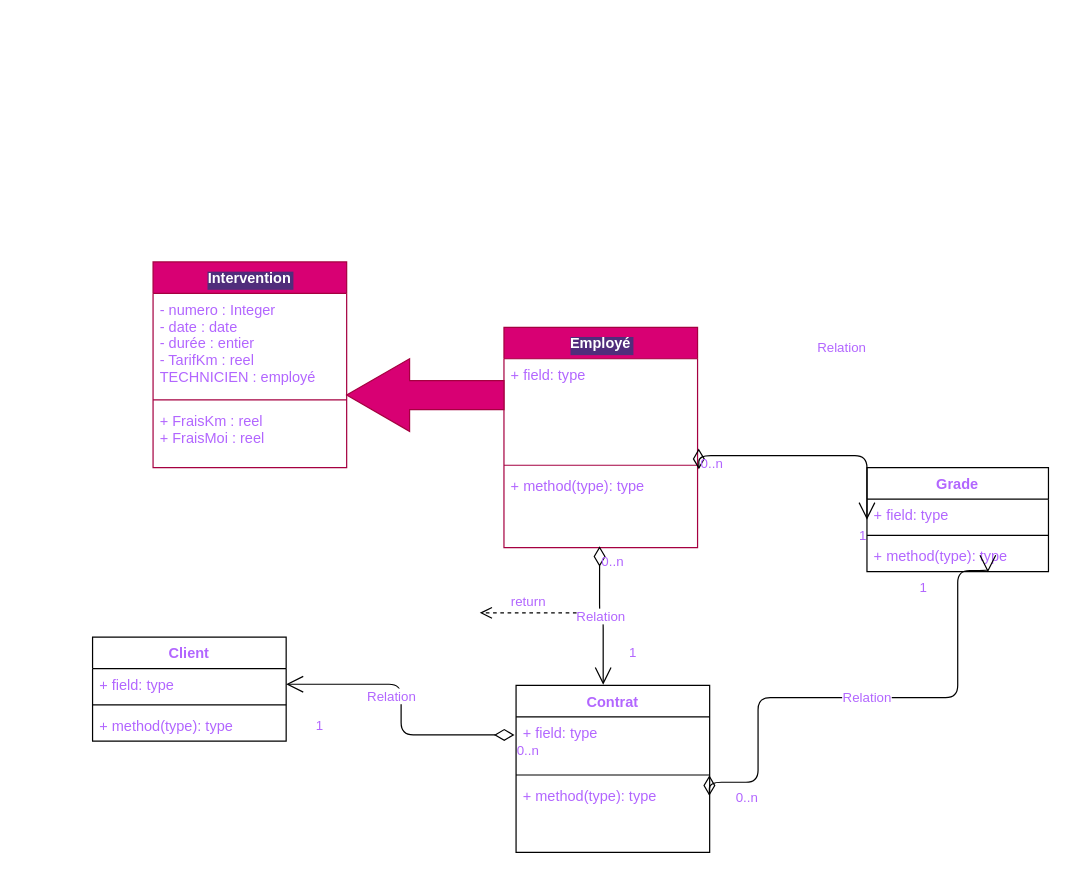
This is Test.dio from idrissou02/PPE3_KalikeCreation, a draw.io file, before an edit. Source tidied: cells renumbered, new cells numbered last; positions are measured from the earlier drawing's top-left corner, leaving out a move shared by most shapes. Both pictures are drawn from the tidied source at 121%, with x=0, y=0 at pixel (92, 261).
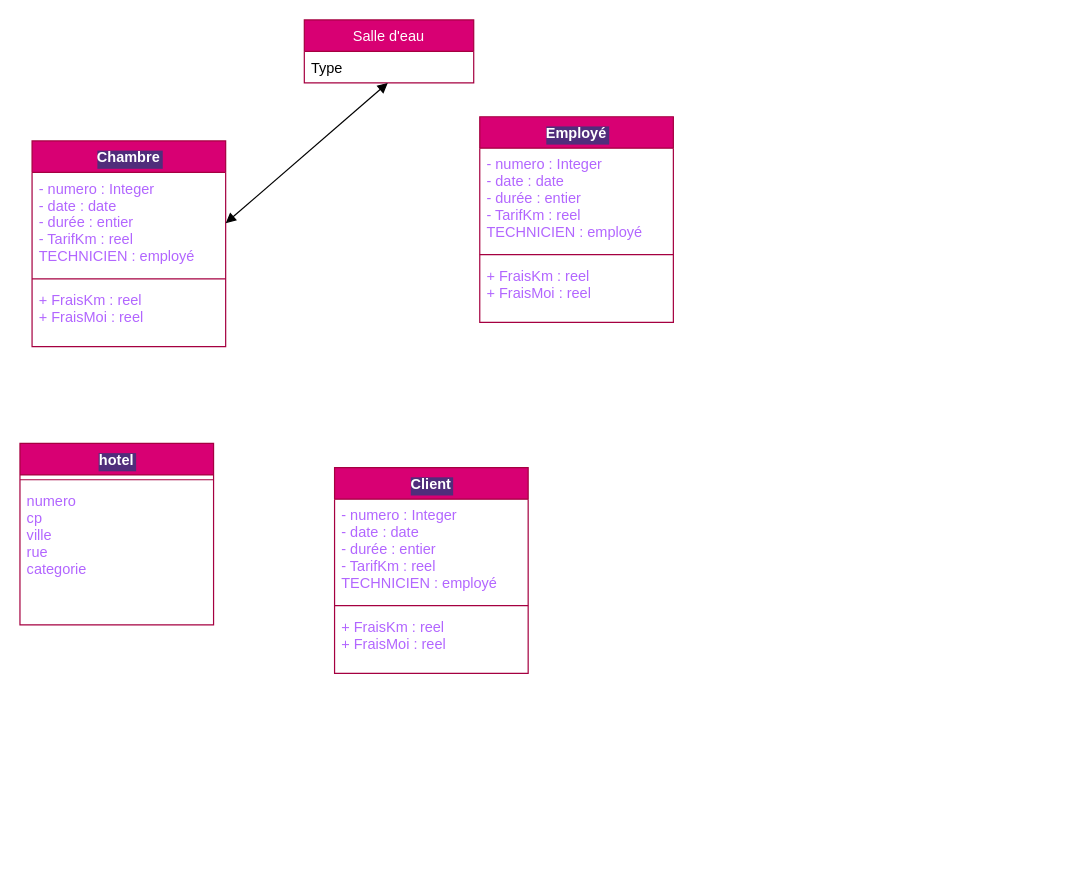
After the change.

Commit message (it also covers changes not shown here):
j'ai modifier un le makefile pour avoir le schema force

The change refers to these unchanged cells:
```xml
<mxCell id="3" value="- numero : Integer&#10;- date : date&#10;- durée : entier&#10;- TarifKm : reel&#10;TECHNICIEN : employé " style="text;align=left;verticalAlign=top;spacingLeft=4;spacingRight=4;overflow=hidden;points=[[0,0.5],[1,0.5]];portConstraint=eastwest;fontStyle=0;fontColor=#B266FF;" parent="2" vertex="1">
  <mxGeometry y="26" width="160" height="84" as="geometry" />
</mxCell>
```

Change to the diagram source:
```diff
@@
-    <mxCell id="2" value="Intervention" style="swimlane;fontStyle=1;align=center;verticalAlign=top;horizontal=1;startSize=26;labelBackgroundColor=#502d7b;fillColor=#d80073;fontColor=#ffffff;strokeColor=#A50040;" parent="1" vertex="1">
-      <mxGeometry x="50" width="160" height="170" as="geometry" />
+    <mxCell id="2" value="Chambre&#10;" style="swimlane;fontStyle=1;align=center;verticalAlign=top;horizontal=1;startSize=26;labelBackgroundColor=#502d7b;fillColor=#d80073;fontColor=#ffffff;strokeColor=#A50040;" parent="1" vertex="1">
+      <mxGeometry x="-50" y="-100" width="160" height="170" as="geometry" />
     </mxCell>
@@
-    <mxCell id="6" value="Employé&#10;" style="swimlane;fontStyle=1;align=center;verticalAlign=top;horizontal=1;startSize=26;labelBackgroundColor=#502d7b;fontColor=#ffffff;fillColor=#d80073;strokeColor=#A50040;" parent="1" vertex="1">
-      <mxGeometry x="340" y="54" width="160" height="182" as="geometry" />
+    <mxCell id="6" value="hotel&#10;" style="swimlane;fontStyle=1;align=center;verticalAlign=top;horizontal=1;startSize=26;labelBackgroundColor=#502d7b;fontColor=#ffffff;fillColor=#d80073;strokeColor=#A50040;" parent="1" vertex="1">
+      <mxGeometry x="-60" y="150" width="160" height="150" as="geometry" />
     </mxCell>
-    <mxCell id="7" value="+ field: type&#10;" style="text;strokeColor=none;fillColor=none;align=left;verticalAlign=top;spacingLeft=4;spacingRight=4;overflow=hidden;points=[[0,0.5],[1,0.5]];portConstraint=eastwest;labelBackgroundColor=none;fontColor=#B266FF;" parent="6" vertex="1">
-      <mxGeometry y="26" width="160" height="84" as="geometry" />
-    </mxCell>
     <mxCell id="8" style="line;strokeWidth=1;fillColor=none;align=left;verticalAlign=middle;spacingTop=-1;spacingLeft=3;spacingRight=3;labelPosition=right;strokeColor=inherit;labelBackgroundColor=#502d7b;fontColor=#B266FF;" parent="6" vertex="1">
-      <mxGeometry y="110" width="160" height="8" as="geometry" />
+      <mxGeometry y="26" width="160" height="8" as="geometry" />
     </mxCell>
-    <mxCell id="9" value="+ method(type): type" style="text;strokeColor=none;fillColor=none;align=left;verticalAlign=top;spacingLeft=4;spacingRight=4;overflow=hidden;points=[[0,0.5],[1,0.5]];portConstraint=eastwest;labelBackgroundColor=none;fontColor=#B266FF;" parent="6" vertex="1">
-      <mxGeometry y="118" width="160" height="64" as="geometry" />
+    <mxCell id="9" value="numero&#10;cp&#10;ville&#10;rue&#10;categorie&#10;" style="text;strokeColor=none;fillColor=none;align=left;verticalAlign=top;spacingLeft=4;spacingRight=4;overflow=hidden;points=[[0,0.5],[1,0.5]];portConstraint=eastwest;labelBackgroundColor=none;fontColor=#B266FF;" parent="6" vertex="1">
+      <mxGeometry y="34" width="160" height="116" as="geometry" />
     </mxCell>
-    <mxCell id="10" style="shape=singleArrow;whiteSpace=wrap;html=1;arrowWidth=0.4;arrowSize=0.4;verticalAlign=top;fillColor=#d80073;strokeColor=#A50040;fontColor=#ffffff;fontStyle=1;startSize=26;labelBackgroundColor=#502d7b;rotation=-180;" parent="1" vertex="1">
-      <mxGeometry x="210" y="80" width="130" height="60" as="geometry" />
-    </mxCell>
+    <mxCell id="36" value="Salle d'eau" style="swimlane;fontStyle=0;horizontal=1;startSize=26;fillColor=#d80073;fontColor=#ffffff;strokeColor=#A50040;" parent="1" vertex="1">
+      <mxGeometry x="175" y="-200" width="140" height="52" as="geometry" />
+    </mxCell>
+    <mxCell id="37" value="Type&#10;" style="text;strokeColor=none;fillColor=none;align=left;verticalAlign=top;spacingLeft=4;spacingRight=4;overflow=hidden;points=[[0,0.5],[1,0.5]];portConstraint=eastwest;" parent="36" vertex="1">
+      <mxGeometry y="26" width="140" height="26" as="geometry" />
+    </mxCell>
+    <mxCell id="38" style="endArrow=block;startArrow=block;endFill=1;startFill=1;html=1;exitX=1;exitY=0.5;exitDx=0;exitDy=0;entryX=0.493;entryY=1;entryDx=0;entryDy=0;entryPerimeter=0;" parent="1" edge="1" source="3" target="37">
+      <mxGeometry relative="1" as="geometry" />
+    </mxCell>
+    <mxCell id="39" value="Employé" style="swimlane;fontStyle=1;align=center;verticalAlign=top;horizontal=1;startSize=26;labelBackgroundColor=#502d7b;fillColor=#d80073;fontColor=#ffffff;strokeColor=#A50040;" parent="1" vertex="1">
+      <mxGeometry x="320" y="-120" width="160" height="170" as="geometry" />
+    </mxCell>
+    <mxCell id="40" value="- numero : Integer&#10;- date : date&#10;- durée : entier&#10;- TarifKm : reel&#10;TECHNICIEN : employé " style="text;align=left;verticalAlign=top;spacingLeft=4;spacingRight=4;overflow=hidden;fontStyle=0;fontColor=#B266FF;" parent="39" vertex="1">
+      <mxGeometry y="26" width="160" height="84" as="geometry" />
+    </mxCell>
+    <mxCell id="41" style="line;strokeWidth=1;fillColor=none;align=left;verticalAlign=middle;spacingTop=-1;spacingLeft=3;spacingRight=3;labelPosition=right;strokeColor=inherit;" parent="39" vertex="1">
+      <mxGeometry y="110" width="160" height="8" as="geometry" />
+    </mxCell>
+    <mxCell id="42" value="+ FraisKm : reel&#10;+ FraisMoi : reel" style="text;strokeColor=none;fillColor=none;align=left;verticalAlign=top;spacingLeft=4;spacingRight=4;overflow=hidden;fontColor=#B266FF;labelBackgroundColor=default;" parent="39" vertex="1">
+      <mxGeometry y="118" width="160" height="52" as="geometry" />
+    </mxCell>
-    <mxCell id="11" value="Client&#10;" style="swimlane;fontStyle=1;align=center;verticalAlign=top;horizontal=1;startSize=26;labelBackgroundColor=none;fontColor=#B266FF;" parent="1" vertex="1">
-      <mxGeometry y="310" width="160" height="86" as="geometry" />
+    <mxCell id="11" value="Client" style="swimlane;fontStyle=1;align=center;verticalAlign=top;horizontal=1;startSize=26;labelBackgroundColor=#502d7b;fillColor=#d80073;fontColor=#ffffff;strokeColor=#A50040;" parent="1" vertex="1">
+      <mxGeometry x="200" y="170" width="160" height="170" as="geometry" />
     </mxCell>
-    <mxCell id="12" value="+ field: type" style="text;strokeColor=none;fillColor=none;align=left;verticalAlign=top;spacingLeft=4;spacingRight=4;overflow=hidden;points=[[0,0.5],[1,0.5]];portConstraint=eastwest;labelBackgroundColor=none;fontColor=#B266FF;" parent="11" vertex="1">
-      <mxGeometry y="26" width="160" height="26" as="geometry" />
-    </mxCell>
-    <mxCell id="13" style="line;strokeWidth=1;fillColor=none;align=left;verticalAlign=middle;spacingTop=-1;spacingLeft=3;spacingRight=3;labelPosition=right;strokeColor=inherit;labelBackgroundColor=none;fontColor=#B266FF;" parent="11" vertex="1">
-      <mxGeometry y="52" width="160" height="8" as="geometry" />
-    </mxCell>
-    <mxCell id="14" value="+ method(type): type" style="text;strokeColor=none;fillColor=none;align=left;verticalAlign=top;spacingLeft=4;spacingRight=4;overflow=hidden;labelBackgroundColor=none;fontColor=#B266FF;" parent="11" vertex="1">
-      <mxGeometry y="60" width="160" height="26" as="geometry" />
-    </mxCell>
-    <mxCell id="15" value="Contrat&#10;" style="swimlane;fontStyle=1;align=center;verticalAlign=top;horizontal=1;startSize=26;labelBackgroundColor=none;fontColor=#B266FF;" parent="1" vertex="1">
-      <mxGeometry x="350" y="350" width="160" height="138" as="geometry" />
-    </mxCell>
-    <mxCell id="16" value="+ field: type" style="text;strokeColor=none;fillColor=none;align=left;verticalAlign=top;spacingLeft=4;spacingRight=4;overflow=hidden;points=[[0,0.5],[1,0.5]];portConstraint=eastwest;labelBackgroundColor=none;fontColor=#B266FF;" parent="15" vertex="1">
-      <mxGeometry y="26" width="160" height="44" as="geometry" />
-    </mxCell>
-    <mxCell id="17" style="line;strokeWidth=1;fillColor=none;align=left;verticalAlign=middle;spacingTop=-1;spacingLeft=3;spacingRight=3;labelPosition=right;strokeColor=inherit;labelBackgroundColor=none;fontColor=#B266FF;" parent="15" vertex="1">
-      <mxGeometry y="70" width="160" height="8" as="geometry" />
-    </mxCell>
-    <mxCell id="18" value="+ method(type): type" style="text;strokeColor=none;fillColor=none;align=left;verticalAlign=top;spacingLeft=4;spacingRight=4;overflow=hidden;points=[[0,0.5],[1,0.5]];portConstraint=eastwest;labelBackgroundColor=none;fontColor=#B266FF;" parent="15" vertex="1">
-      <mxGeometry y="78" width="160" height="60" as="geometry" />
-    </mxCell>
-    <mxCell id="19" value="Relation" style="endArrow=open;html=1;endSize=12;startArrow=diamondThin;startSize=14;startFill=0;edgeStyle=orthogonalEdgeStyle;fontColor=#B266FF;exitX=0.494;exitY=0.984;exitDx=0;exitDy=0;exitPerimeter=0;entryX=0.45;entryY=-0.005;entryDx=0;entryDy=0;entryPerimeter=0;" parent="1" edge="1" source="9" target="15">
-      <mxGeometry relative="1" as="geometry" />
-    </mxCell>
-    <mxCell id="20" value="0..n" style="edgeLabel;html=1;align=left;verticalAlign=top;labelBackgroundColor=none;fontColor=#B266FF;" parent="19" vertex="1">
-      <mxGeometry x="-1" relative="1" as="geometry" />
-    </mxCell>
-    <mxCell id="21" value="1" style="edgeLabel;html=1;align=right;verticalAlign=top;labelBackgroundColor=none;fontColor=#B266FF;" parent="19" vertex="1">
-      <mxGeometry x="1" relative="1" as="geometry">
-        <mxPoint x="28" y="-39" as="offset" />
-      </mxGeometry>
-    </mxCell>
-    <mxCell id="22" value="Grade" style="swimlane;fontStyle=1;align=center;verticalAlign=top;horizontal=1;startSize=26;labelBackgroundColor=none;fontColor=#B266FF;" parent="1" vertex="1">
-      <mxGeometry x="640" y="170" width="150" height="86" as="geometry" />
-    </mxCell>
-    <mxCell id="23" value="+ field: type" style="text;strokeColor=none;fillColor=none;align=left;verticalAlign=top;spacingLeft=4;spacingRight=4;overflow=hidden;labelBackgroundColor=none;fontColor=#B266FF;" parent="22" vertex="1">
-      <mxGeometry y="26" width="150" height="26" as="geometry" />
-    </mxCell>
-    <mxCell id="24" style="line;strokeWidth=1;fillColor=none;align=left;verticalAlign=middle;spacingTop=-1;spacingLeft=3;spacingRight=3;labelPosition=right;strokeColor=inherit;labelBackgroundColor=none;fontColor=#B266FF;" parent="22" vertex="1">
-      <mxGeometry y="52" width="150" height="8" as="geometry" />
-    </mxCell>
-    <mxCell id="25" value="+ method(type): type" style="text;strokeColor=none;fillColor=none;align=left;verticalAlign=top;spacingLeft=4;spacingRight=4;overflow=hidden;points=[[0,0.5],[1,0.5]];portConstraint=eastwest;labelBackgroundColor=none;fontColor=#B266FF;" parent="22" vertex="1">
-      <mxGeometry y="60" width="150" height="26" as="geometry" />
-    </mxCell>
-    <mxCell id="26" value="Relation" style="endArrow=open;html=1;endSize=12;startArrow=diamondThin;startSize=14;startFill=0;edgeStyle=orthogonalEdgeStyle;fontColor=#B266FF;exitX=-0.008;exitY=0.338;exitDx=0;exitDy=0;exitPerimeter=0;entryX=1;entryY=0.5;entryDx=0;entryDy=0;" parent="1" edge="1" source="16" target="12">
-      <mxGeometry x="0.25" y="10" relative="1" as="geometry" />
-    </mxCell>
-    <mxCell id="27" value="0..n" style="edgeLabel;html=1;align=left;verticalAlign=top;labelBackgroundColor=none;fontColor=#B266FF;" parent="26" vertex="1">
-      <mxGeometry x="-1" relative="1" as="geometry" />
-    </mxCell>
-    <mxCell id="28" value="1" style="edgeLabel;html=1;align=right;verticalAlign=top;labelBackgroundColor=none;fontColor=#B266FF;" parent="26" vertex="1">
-      <mxGeometry x="1" relative="1" as="geometry">
-        <mxPoint x="31" y="21" as="offset" />
-      </mxGeometry>
-    </mxCell>
-    <mxCell id="29" value="Relation" style="endArrow=open;html=1;endSize=12;startArrow=diamondThin;startSize=14;startFill=0;edgeStyle=orthogonalEdgeStyle;fontColor=#B266FF;exitX=0.999;exitY=-0.063;exitDx=0;exitDy=0;exitPerimeter=0;entryX=0.666;entryY=1.017;entryDx=0;entryDy=0;entryPerimeter=0;" parent="1" edge="1" source="18" target="25">
-      <mxGeometry relative="1" as="geometry">
-        <Array as="points">
-          <mxPoint x="510" y="430" />
-          <mxPoint x="550" y="430" />
-          <mxPoint x="550" y="360" />
-          <mxPoint x="715" y="360" />
-          <mxPoint x="715" y="255" />
-          <mxPoint x="740" y="255" />
-        </Array>
-      </mxGeometry>
-    </mxCell>
-    <mxCell id="30" value="0..n" style="edgeLabel;html=1;align=left;verticalAlign=top;labelBackgroundColor=none;fontColor=#B266FF;" parent="29" vertex="1">
-      <mxGeometry x="-1" relative="1" as="geometry">
-        <mxPoint x="20" y="6" as="offset" />
-      </mxGeometry>
-    </mxCell>
-    <mxCell id="31" value="1" style="edgeLabel;html=1;align=right;verticalAlign=top;labelBackgroundColor=none;fontColor=#B266FF;" parent="29" vertex="1">
-      <mxGeometry x="1" relative="1" as="geometry">
-        <mxPoint x="-50" as="offset" />
-      </mxGeometry>
-    </mxCell>
-    <mxCell id="32" value="return" style="html=1;verticalAlign=bottom;endArrow=open;dashed=1;endSize=8;fontColor=#B266FF;" parent="1" edge="1">
-      <mxGeometry relative="1" as="geometry">
-        <mxPoint x="400" y="290" as="sourcePoint" />
-        <mxPoint x="320" y="290" as="targetPoint" />
-      </mxGeometry>
-    </mxCell>
-    <mxCell id="33" value="Relation" style="endArrow=open;html=1;endSize=12;startArrow=diamondThin;startSize=14;startFill=0;edgeStyle=orthogonalEdgeStyle;fontColor=#B266FF;entryX=0;entryY=0.5;entryDx=0;entryDy=0;exitX=1.006;exitY=0.884;exitDx=0;exitDy=0;exitPerimeter=0;" parent="1" edge="1" source="7" target="22">
-      <mxGeometry x="0.25" y="89" relative="1" as="geometry">
-        <Array as="points">
-          <mxPoint x="501" y="160" />
-          <mxPoint x="640" y="160" />
-        </Array>
-      </mxGeometry>
-    </mxCell>
-    <mxCell id="34" value="0..n" style="edgeLabel;html=1;align=left;verticalAlign=top;labelBackgroundColor=none;fontColor=#B266FF;" parent="33" vertex="1">
-      <mxGeometry x="-1" relative="1" as="geometry" />
-    </mxCell>
-    <mxCell id="35" value="1" style="edgeLabel;html=1;align=right;verticalAlign=top;labelBackgroundColor=none;fontColor=#B266FF;" parent="33" vertex="1">
-      <mxGeometry x="1" relative="1" as="geometry" />
-    </mxCell>
+    <mxCell id="43" value="- numero : Integer&#10;- date : date&#10;- durée : entier&#10;- TarifKm : reel&#10;TECHNICIEN : employé " style="text;align=left;verticalAlign=top;spacingLeft=4;spacingRight=4;overflow=hidden;fontStyle=0;fontColor=#B266FF;" parent="11" vertex="1">
+      <mxGeometry y="26" width="160" height="84" as="geometry" />
+    </mxCell>
+    <mxCell id="44" style="line;strokeWidth=1;fillColor=none;align=left;verticalAlign=middle;spacingTop=-1;spacingLeft=3;spacingRight=3;labelPosition=right;strokeColor=inherit;" parent="11" vertex="1">
+      <mxGeometry y="110" width="160" height="8" as="geometry" />
+    </mxCell>
+    <mxCell id="45" value="+ FraisKm : reel&#10;+ FraisMoi : reel" style="text;strokeColor=none;fillColor=none;align=left;verticalAlign=top;spacingLeft=4;spacingRight=4;overflow=hidden;fontColor=#B266FF;labelBackgroundColor=default;" parent="11" vertex="1">
+      <mxGeometry y="118" width="160" height="52" as="geometry" />
+    </mxCell>
```
